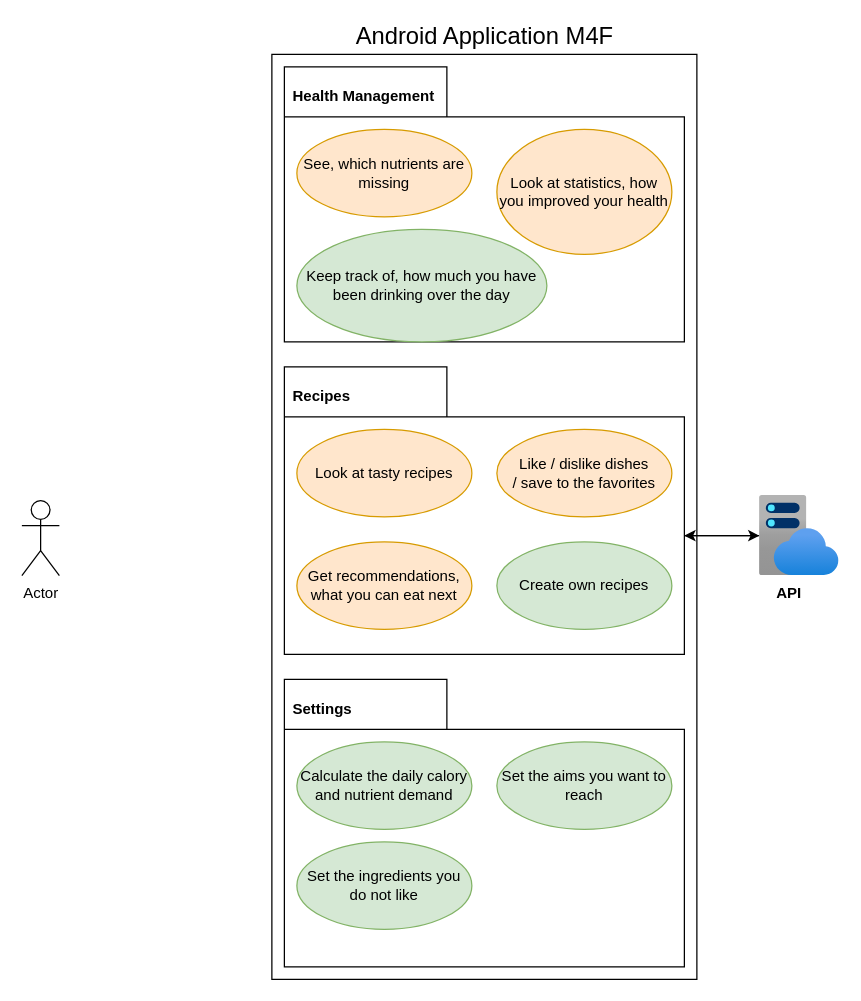
Earlier version of the draw.io diagram Untitled Diagram.drawio (JanPfenning/Mood4Food_Doc). Source tidied: cells renumbered, new cells numbered last; positions are measured from the earlier drawing's top-left corner, leaving out a move shared by most shapes. Both pictures are drawn from the tidied source at 125%, with x=0, y=0 at pixel (21, 54).
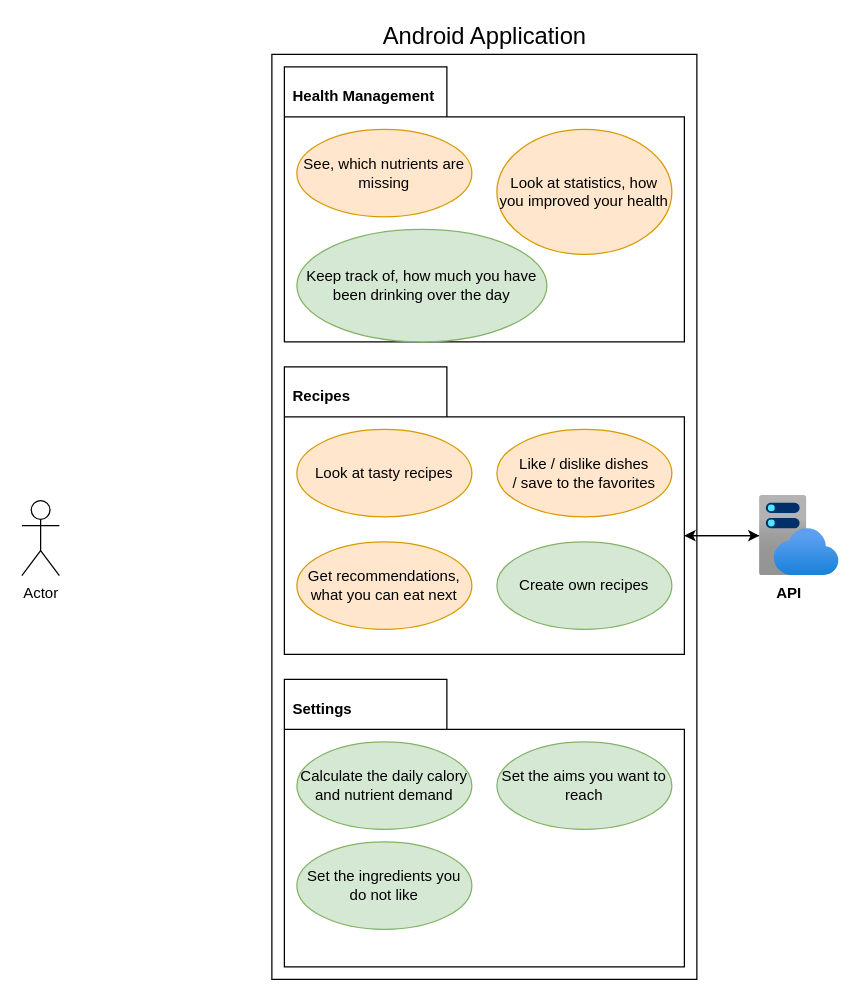
The same diagram, later.

Change to the diagram source:
```diff
@@
-    <mxCell id="2" value="&lt;font style=&quot;font-size: 19px&quot;&gt;Android Application M4F&lt;br&gt;&lt;/font&gt;" style="html=1;labelPosition=center;verticalLabelPosition=top;align=center;verticalAlign=bottom;" parent="1" vertex="1">
+    <mxCell id="2" value="&lt;font style=&quot;font-size: 19px&quot;&gt;Android Application&lt;br&gt;&lt;/font&gt;" style="html=1;labelPosition=center;verticalLabelPosition=top;align=center;verticalAlign=bottom;" parent="1" vertex="1">
       <mxGeometry x="200" width="340" height="740" as="geometry" />
     </mxCell>
```
